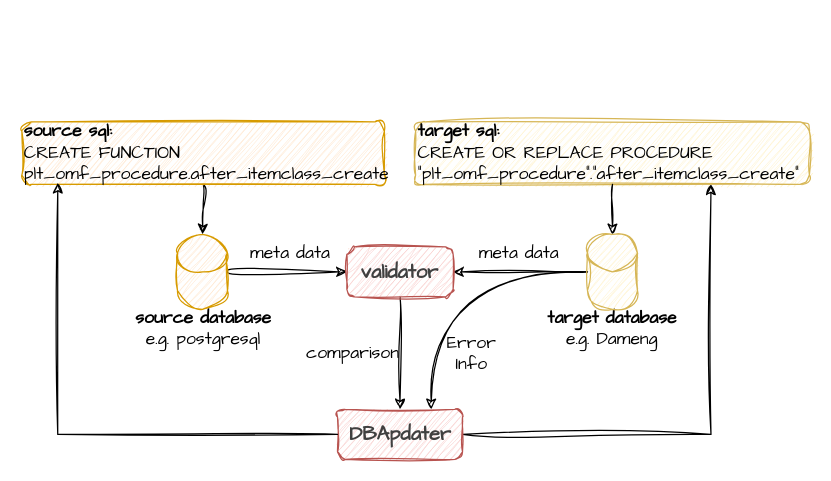
The draw.io diagram 开题报告/DBAdapter.drawio in Olive-2019/drawio-source, before the edit. Source tidied: cells renumbered, new cells numbered last; positions are measured from the earlier drawing's top-left corner, leaving out a move shared by most shapes. Both pictures are drawn from the tidied source at 125%, with x=0, y=0 at pixel (21, 121).
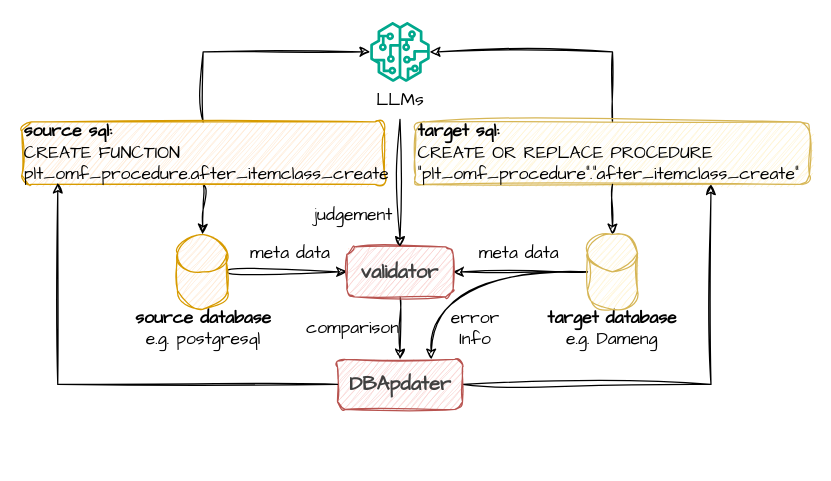
Above is the later version.

The change refers to these unchanged cells:
```xml
<mxCell id="9" value="&lt;div&gt;&lt;b&gt;target sql:&lt;/b&gt;&lt;/div&gt;CREATE OR REPLACE PROCEDURE &quot;plt_omf_procedure&quot;.&quot;after_itemclass_create&quot;" style="rounded=1;whiteSpace=wrap;html=1;fontSize=14;align=left;fontFamily=Comic Sans MS;sketch=1;curveFitting=1;jiggle=2;fillColor=#fff2cc;strokeColor=#d6b656;" parent="1" vertex="1">
  <mxGeometry x="315" width="315" height="50" as="geometry" />
</mxCell>
<mxCell id="11" value="&lt;div&gt;&lt;b&gt;source sql:&lt;/b&gt;&lt;/div&gt;CREATE FUNCTION plt_omf_procedure.after_itemclass_create" style="rounded=1;whiteSpace=wrap;html=1;fontSize=14;align=left;fontFamily=Comic Sans MS;sketch=1;curveFitting=1;jiggle=2;fillColor=#ffe6cc;strokeColor=#d79b00;" parent="1" vertex="1">
  <mxGeometry width="290" height="50" as="geometry" />
</mxCell>
<mxCell id="14" value="&lt;span style=&quot;color: rgb(64, 64, 64); font-size: 16.002px; text-align: start;&quot;&gt;validator&lt;/span&gt;" style="rounded=1;whiteSpace=wrap;html=1;fontFamily=Comic Sans MS;fontStyle=1;sketch=1;curveFitting=1;jiggle=2;fillColor=#f8cecc;strokeColor=#b85450;" parent="1" vertex="1">
  <mxGeometry x="260" y="100" width="85" height="40" as="geometry" />
</mxCell>
```

The edit, as a diff of the source:
```diff
@@
+    <mxCell id="22" style="edgeStyle=orthogonalEdgeStyle;rounded=0;jettySize=auto;html=1;sketch=1;curveFitting=1;jiggle=2;" parent="1" edge="1" source="9" target="24">
+      <mxGeometry relative="1" as="geometry">
+        <Array as="points">
+          <mxPoint x="473" y="-56" />
+        </Array>
+      </mxGeometry>
+    </mxCell>
@@
+    <mxCell id="23" style="edgeStyle=orthogonalEdgeStyle;rounded=0;jettySize=auto;html=1;sketch=1;curveFitting=1;jiggle=2;" parent="1" edge="1" source="11" target="24">
+      <mxGeometry relative="1" as="geometry">
+        <Array as="points">
+          <mxPoint x="145" y="-56" />
+        </Array>
+      </mxGeometry>
+    </mxCell>
@@
     <mxCell id="15" style="edgeStyle=orthogonalEdgeStyle;rounded=0;jettySize=auto;html=1;entryX=0.75;entryY=1;entryDx=0;entryDy=0;sketch=1;curveFitting=1;jiggle=2;" parent="1" edge="1" source="16" target="9">
       <mxGeometry relative="1" as="geometry">
         <Array as="points">
-          <mxPoint x="551" y="250" />
+          <mxPoint x="551" y="210" />
         </Array>
       </mxGeometry>
     </mxCell>
     <mxCell id="16" value="&lt;div style=&quot;text-align: start;&quot;&gt;&lt;span style=&quot;background-color: transparent; font-size: 16.002px;&quot;&gt;&lt;font color=&quot;#404040&quot;&gt;DBApdater&lt;/font&gt;&lt;/span&gt;&lt;/div&gt;" style="rounded=1;whiteSpace=wrap;html=1;fontFamily=Comic Sans MS;fontStyle=1;sketch=1;curveFitting=1;jiggle=2;fillColor=#f8cecc;strokeColor=#b85450;" parent="1" vertex="1">
-      <mxGeometry x="252.5" y="230" width="100" height="40" as="geometry" />
+      <mxGeometry x="252.5" y="190" width="100" height="40" as="geometry" />
     </mxCell>
     <mxCell id="17" style="edgeStyle=orthogonalEdgeStyle;rounded=0;jettySize=auto;html=1;entryX=0.099;entryY=0.976;entryDx=0;entryDy=0;entryPerimeter=0;sketch=1;curveFitting=1;jiggle=2;" parent="1" edge="1" source="16" target="11">
       <mxGeometry relative="1" as="geometry">
         <Array as="points">
-          <mxPoint x="29" y="250" />
+          <mxPoint x="29" y="210" />
         </Array>
       </mxGeometry>
     </mxCell>
-    <mxCell id="18" value="Error Info" style="text;html=1;align=center;verticalAlign=middle;whiteSpace=wrap;rounded=0;fontSize=14;fontFamily=Comic Sans MS;" parent="1" vertex="1">
-      <mxGeometry x="330" y="170" width="60" height="30" as="geometry" />
+    <mxCell id="18" value="error Info" style="text;html=1;align=center;verticalAlign=middle;whiteSpace=wrap;rounded=0;fontSize=14;fontFamily=Comic Sans MS;" parent="1" vertex="1">
+      <mxGeometry x="332.5" y="150" width="60" height="30" as="geometry" />
     </mxCell>
@@
     <mxCell id="21" value="comparison" style="text;html=1;align=center;verticalAlign=middle;whiteSpace=wrap;rounded=0;fontSize=14;fontFamily=Comic Sans MS;" parent="1" vertex="1">
-      <mxGeometry x="220.2" y="170" width="90" height="30" as="geometry" />
+      <mxGeometry x="220.2" y="150" width="90" height="30" as="geometry" />
     </mxCell>
+    <mxCell id="24" style="sketch=0;outlineConnect=0;fontColor=#232F3E;gradientColor=none;fillColor=#01A88D;strokeColor=none;dashed=0;verticalLabelPosition=bottom;verticalAlign=top;align=center;html=1;fontSize=12;fontStyle=0;shape=mxgraph.aws4.sagemaker_model;" parent="1" vertex="1">
+      <mxGeometry x="278.5" y="-80" width="48" height="48" as="geometry" />
+    </mxCell>
+    <mxCell id="25" style="edgeStyle=orthogonalEdgeStyle;rounded=0;jettySize=auto;html=1;entryX=0.5;entryY=0;entryDx=0;entryDy=0;sketch=1;curveFitting=1;jiggle=2;" parent="1" edge="1" source="26" target="14">
+      <mxGeometry relative="1" as="geometry" />
+    </mxCell>
+    <mxCell id="26" value="LLMs" style="text;html=1;align=center;verticalAlign=middle;whiteSpace=wrap;rounded=0;fontSize=14;fontFamily=Comic Sans MS;" parent="1" vertex="1">
+      <mxGeometry x="272.5" y="-32" width="60" height="30" as="geometry" />
+    </mxCell>
+    <mxCell id="27" value="judgement" style="text;html=1;align=center;verticalAlign=middle;whiteSpace=wrap;rounded=0;fontSize=14;fontFamily=Comic Sans MS;" parent="1" vertex="1">
+      <mxGeometry x="227.8" y="60" width="75" height="30" as="geometry" />
+    </mxCell>
```
